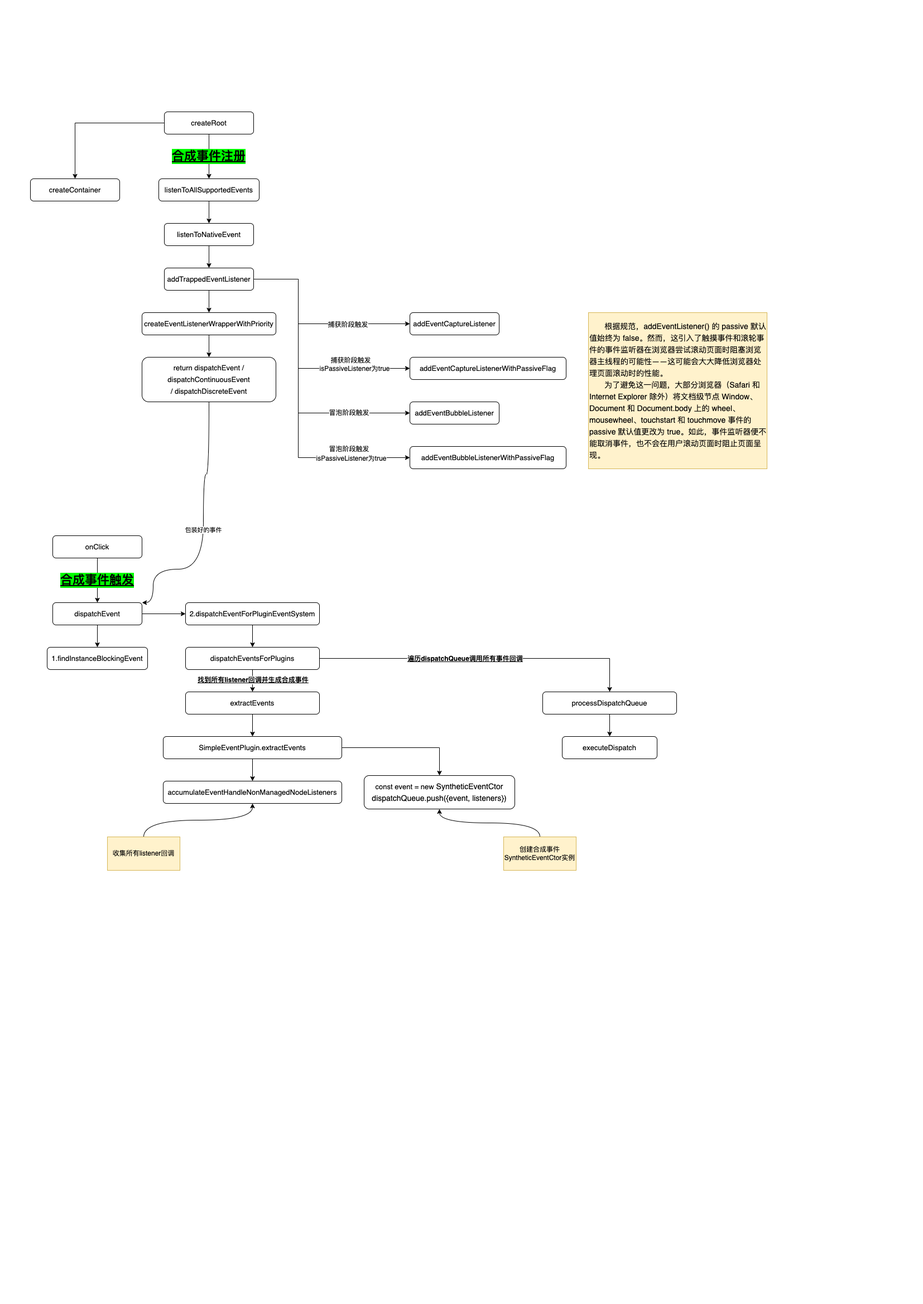
The draw.io diagram React/assets/SyntheticEvent/SyntheticEvent.png in DbbHobo/You-Dont-Know-Me, before a commit. Source tidied: cells renumbered, new cells last; positions are measured from the earlier drawing's top-left corner, leaving out a move shared by most shapes.
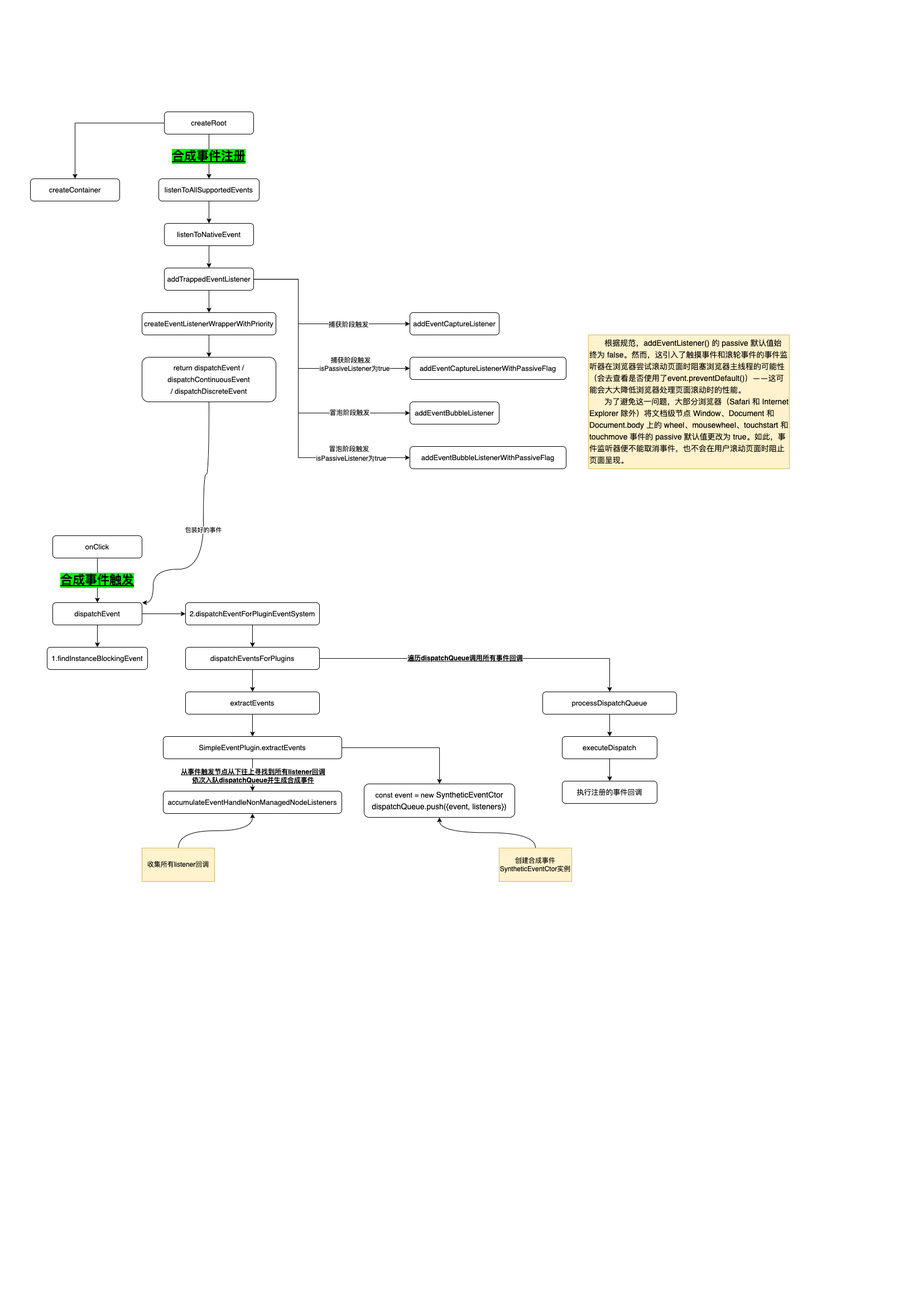
Later version of the same file.

What changed in the source:
```diff
@@ -105,8 +105,8 @@
     <mxCell id="28" value="冒泡阶段触发" style="edgeLabel;html=1;align=center;verticalAlign=middle;fontFamily=Helvetica;fontSize=12;" parent="1" vertex="1">
       <mxGeometry x="570" y="604" as="geometry" />
     </mxCell>
-    <mxCell id="29" value="&lt;div style=&quot;font-size: 14px; line-height: 21px;&quot;&gt;&lt;div style=&quot;&quot;&gt;&amp;nbsp; &amp;nbsp; &amp;nbsp; &amp;nbsp;根据规范，addEventListener() 的 passive 默认值始终为 false。然而，这引入了触摸事件和滚轮事件的事件监听器在浏览器尝试滚动页面时阻塞浏览器主线程的可能性——这可能会大大降低浏览器处理页面滚动时的性能。&lt;/div&gt;&lt;div style=&quot;&quot;&gt;&amp;nbsp; &amp;nbsp; &amp;nbsp; &amp;nbsp;为了避免这一问题，大部分浏览器（Safari 和 Internet Explorer 除外）将文档级节点 Window、Document 和 Document.body 上的 wheel、mousewheel、touchstart 和 touchmove 事件的 passive 默认值更改为 true。如此，事件监听器便不能取消事件，也不会在用户滚动页面时阻止页面呈现。&lt;/div&gt;&lt;/div&gt;" style="rounded=0;whiteSpace=wrap;html=1;fillColor=#fff2cc;strokeColor=#d6b656;align=left;" parent="1" vertex="1">
-      <mxGeometry x="1000" y="360" width="320" height="280" as="geometry" />
+    <mxCell id="29" value="&lt;div style=&quot;font-size: 14px; line-height: 21px;&quot;&gt;&lt;div style=&quot;&quot;&gt;&amp;nbsp; &amp;nbsp; &amp;nbsp; &amp;nbsp;根据规范，addEventListener() 的 passive 默认值始终为 false。然而，这引入了触摸事件和滚轮事件的事件监听器在浏览器尝试滚动页面时阻塞浏览器主线程的可能性（会去查看是否使用了event.preventDefault()&lt;span style=&quot;background-color: initial;&quot;&gt;）——这可能会大大降低浏览器处理页面滚动时的性能。&lt;/span&gt;&lt;/div&gt;&lt;div style=&quot;&quot;&gt;&amp;nbsp; &amp;nbsp; &amp;nbsp; &amp;nbsp;为了避免这一问题，大部分浏览器（Safari 和 Internet Explorer 除外）将文档级节点 Window、Document 和 Document.body 上的 wheel、mousewheel、touchstart 和 touchmove 事件的 passive 默认值更改为 true。如此，事件监听器便不能取消事件，也不会在用户滚动页面时阻止页面呈现。&lt;/div&gt;&lt;/div&gt;" style="rounded=0;whiteSpace=wrap;html=1;fillColor=#fff2cc;strokeColor=#d6b656;align=left;" parent="1" vertex="1">
+      <mxGeometry x="1000" y="400" width="360" height="240" as="geometry" />
     </mxCell>
     <mxCell id="30" value="包装好的事件" style="edgeStyle=orthogonalEdgeStyle;rounded=0;jettySize=auto;html=1;curved=1;exitX=0.5;exitY=1;exitDx=0;exitDy=0;entryX=1;entryY=0;entryDx=0;entryDy=0;" parent="1" edge="1" source="31" target="36">
       <mxGeometry relative="1" as="geometry">
@@ -149,15 +149,12 @@
     <mxCell id="40" style="edgeStyle=orthogonalEdgeStyle;rounded=0;jettySize=auto;html=1;entryX=0.5;entryY=0;entryDx=0;entryDy=0;" parent="1" edge="1" source="44" target="46">
       <mxGeometry relative="1" as="geometry" />
     </mxCell>
-    <mxCell id="41" value="找到所有listener回调并生成合成事件" style="edgeLabel;html=1;align=center;verticalAlign=middle;fontStyle=5;fontSize=12;" parent="40" vertex="1">
-      <mxGeometry x="-0.08" relative="1" as="geometry" />
-    </mxCell>
     <mxCell id="42" style="edgeStyle=orthogonalEdgeStyle;rounded=0;jettySize=auto;html=1;" parent="1" edge="1" source="44" target="48">
       <mxGeometry relative="1" as="geometry" />
     </mxCell>
     <mxCell id="43" value="遍历dispatchQueue调用所有事件回调" style="edgeLabel;html=1;align=center;verticalAlign=middle;fontStyle=5;fontSize=12;" parent="42" vertex="1">
       <mxGeometry x="-0.18" relative="1" as="geometry">
-        <mxPoint x="22" as="offset" />
+        <mxPoint x="22" y="-1" as="offset" />
       </mxGeometry>
     </mxCell>
     <mxCell id="44" value="dispatchEventsForPlugins" style="rounded=1;whiteSpace=wrap;html=1;fontColor=default;labelBackgroundColor=none;fontFamily=Helvetica;fontSize=13;align=center;fontStyle=0;" parent="1" vertex="1">
@@ -184,6 +181,9 @@
     <mxCell id="51" value="&lt;div style=&quot;font-size: 13px; line-height: 21px;&quot;&gt;SimpleEventPlugin.extractEvents&lt;/div&gt;" style="rounded=1;whiteSpace=wrap;html=1;fontColor=default;labelBackgroundColor=default;fontFamily=Helvetica;fontSize=13;align=center;fontStyle=0;" parent="1" vertex="1">
       <mxGeometry x="238" y="1120" width="320" height="40" as="geometry" />
     </mxCell>
+    <mxCell id="60" style="edgeStyle=orthogonalEdgeStyle;rounded=0;jettySize=auto;html=1;entryX=0.5;entryY=0;entryDx=0;entryDy=0;" parent="1" edge="1" source="52" target="62">
+      <mxGeometry relative="1" as="geometry" />
+    </mxCell>
     <mxCell id="52" value="executeDispatch" style="rounded=1;whiteSpace=wrap;html=1;fontColor=default;labelBackgroundColor=none;fontFamily=Helvetica;fontSize=13;align=center;fontStyle=0;" parent="1" vertex="1">
       <mxGeometry x="953" y="1120" width="170" height="40" as="geometry" />
     </mxCell>
@@ -191,22 +191,28 @@
       <mxGeometry x="30" y="960" width="180" height="40" as="geometry" />
     </mxCell>
     <mxCell id="54" value="&lt;div style=&quot;font-size: 13px; line-height: 21px;&quot;&gt;accumulateEventHandleNonManagedNodeListeners&lt;/div&gt;" style="rounded=1;whiteSpace=wrap;html=1;fontColor=default;labelBackgroundColor=default;fontFamily=Helvetica;fontSize=13;align=center;fontStyle=0;" parent="1" vertex="1">
-      <mxGeometry x="238" y="1200" width="320" height="40" as="geometry" />
+      <mxGeometry x="238" y="1218" width="320" height="40" as="geometry" />
     </mxCell>
     <mxCell id="55" value="&lt;div style=&quot;font-size: 13px; line-height: 21px;&quot;&gt;const event = new&lt;span style=&quot;font-size: 14px;&quot;&gt; &lt;/span&gt;&lt;span style=&quot;font-size: 14px;&quot;&gt;SyntheticEventCtor&lt;/span&gt;&lt;/div&gt;&lt;div style=&quot;font-size: 13px; line-height: 21px;&quot;&gt;&lt;div style=&quot;font-size: 14px; line-height: 21px;&quot;&gt;dispatchQueue.push({event, listeners})&lt;/div&gt;&lt;/div&gt;" style="rounded=1;whiteSpace=wrap;html=1;fontColor=default;labelBackgroundColor=default;fontFamily=Helvetica;fontSize=13;align=center;fontStyle=0;" parent="1" vertex="1">
-      <mxGeometry x="598" y="1190" width="270" height="60" as="geometry" />
+      <mxGeometry x="598" y="1205" width="270" height="60" as="geometry" />
     </mxCell>
     <mxCell id="56" style="edgeStyle=orthogonalEdgeStyle;rounded=0;jettySize=auto;html=1;entryX=0.5;entryY=1;entryDx=0;entryDy=0;curved=1;" parent="1" edge="1" source="57" target="54">
       <mxGeometry relative="1" as="geometry" />
     </mxCell>
     <mxCell id="57" value="收集所有listener回调" style="rounded=0;whiteSpace=wrap;html=1;fillColor=#fff2cc;strokeColor=#d6b656;" parent="1" vertex="1">
-      <mxGeometry x="138" y="1300" width="130" height="60" as="geometry" />
+      <mxGeometry x="200" y="1320" width="130" height="60" as="geometry" />
     </mxCell>
     <mxCell id="58" style="edgeStyle=orthogonalEdgeStyle;rounded=0;jettySize=auto;html=1;entryX=0.5;entryY=1;entryDx=0;entryDy=0;curved=1;" parent="1" edge="1" source="59" target="55">
       <mxGeometry relative="1" as="geometry" />
     </mxCell>
     <mxCell id="59" value="创建合成事件SyntheticEventCtor实例" style="rounded=0;whiteSpace=wrap;html=1;fillColor=#fff2cc;strokeColor=#d6b656;" parent="1" vertex="1">
-      <mxGeometry x="848" y="1300" width="130" height="60" as="geometry" />
+      <mxGeometry x="840" y="1320" width="130" height="60" as="geometry" />
     </mxCell>
+    <mxCell id="61" value="从事件触发节点从下往上寻找到所有listener回调&lt;br&gt;依次入队dispatchQueue并生成合成事件" style="edgeLabel;html=1;align=center;verticalAlign=middle;fontStyle=5;fontSize=12;" parent="1" vertex="1">
+      <mxGeometry x="398" y="1190" as="geometry" />
+    </mxCell>
+    <mxCell id="62" value="执行注册的事件回调" style="rounded=1;whiteSpace=wrap;html=1;fontColor=default;labelBackgroundColor=none;fontFamily=Helvetica;fontSize=13;align=center;fontStyle=0;" parent="1" vertex="1">
+      <mxGeometry x="953" y="1200" width="170" height="40" as="geometry" />
+    </mxCell>
   </root>
 </mxGraphModel>
```
